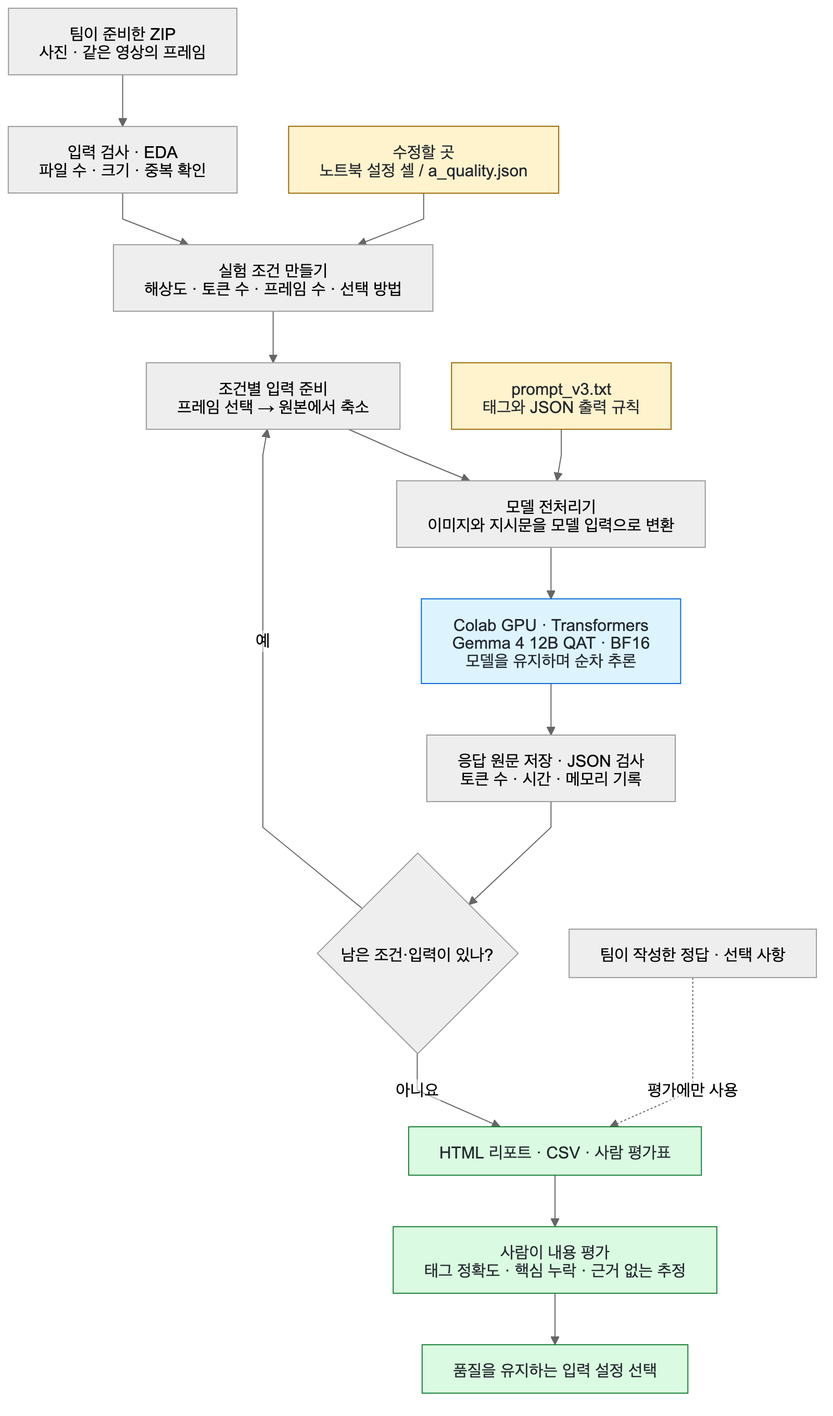
Above: docs/diagrams/flow.png in yooongZa/filename-model-quality-bench (Mermaid), before the change. Its source is kept beside it as docs/diagrams/flow.mmd. Its diagram source:
```mermaid
flowchart TD
    DATA["팀이 준비한 ZIP<br/>사진 · 같은 영상의 프레임"] --> READ["입력 검사 · EDA<br/>파일 수 · 크기 · 중복 확인"]
    READ --> PLAN["실험 조건 만들기<br/>해상도 · 토큰 수 · 프레임 수 · 선택 방법"]
    CONFIG["수정할 곳<br/>노트북 설정 셀 / a_quality.json"] --> PLAN
    PLAN --> PREP["조건별 입력 준비<br/>프레임 선택 → 원본에서 축소"]
    PREP --> PROCESSOR["모델 전처리기<br/>이미지와 지시문을 모델 입력으로 변환"]
    PROMPT["prompt_v3.txt<br/>태그와 JSON 출력 규칙"] --> PROCESSOR
    PROCESSOR --> MODEL["Colab GPU · Transformers<br/>Gemma 4 12B QAT · BF16<br/>모델을 유지하며 순차 추론"]
    MODEL --> SAVE["응답 원문 저장 · JSON 검사<br/>토큰 수 · 시간 · 메모리 기록"]
    SAVE --> NEXT{"남은 조건·입력이 있나?"}
    NEXT -->|예| PREP
    NEXT -->|아니요| REPORT["HTML 리포트 · CSV · 사람 평가표"]
    ANSWERS["팀이 작성한 정답 · 선택 사항"] -.->|평가에만 사용| REPORT
    REPORT --> REVIEW["사람이 내용 평가<br/>태그 정확도 · 핵심 누락 · 근거 없는 추정"]
    REVIEW --> DECIDE["품질을 유지하는 입력 설정 선택"]

    classDef editable fill:#fff3cd,stroke:#9a6700,color:#24292f;
    classDef inference fill:#ddf4ff,stroke:#0969da,color:#24292f;
    classDef result fill:#dafbe1,stroke:#1a7f37,color:#24292f;
    class CONFIG,PROMPT editable;
    class MODEL inference;
    class REPORT,REVIEW,DECIDE result;
```
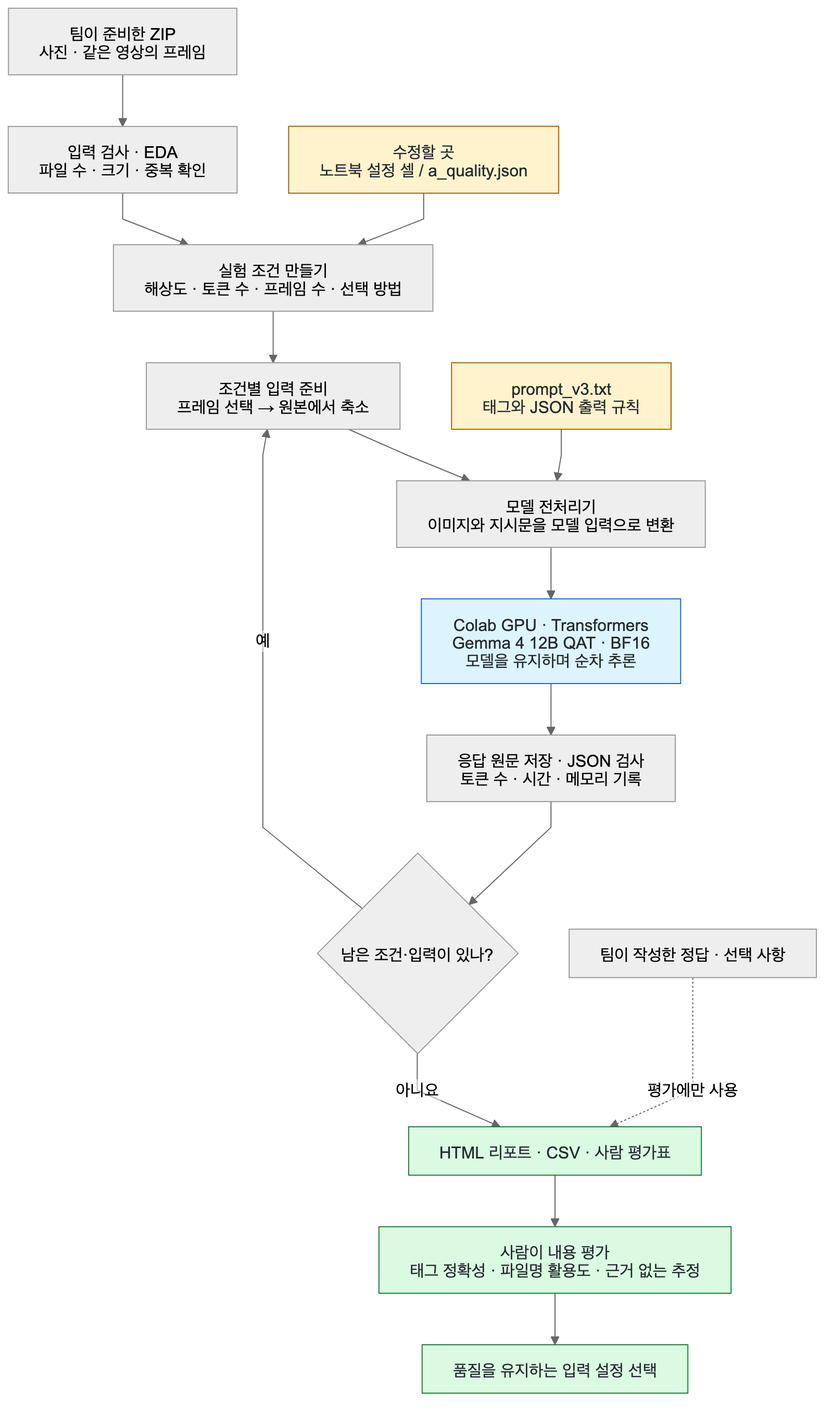
The same file after the commit.

Change to the diagram source:
```diff
@@ -11,7 +11,7 @@
     NEXT -->|예| PREP
     NEXT -->|아니요| REPORT["HTML 리포트 · CSV · 사람 평가표"]
     ANSWERS["팀이 작성한 정답 · 선택 사항"] -.->|평가에만 사용| REPORT
-    REPORT --> REVIEW["사람이 내용 평가<br/>태그 정확도 · 핵심 누락 · 근거 없는 추정"]
+    REPORT --> REVIEW["사람이 내용 평가<br/>태그 정확성 · 파일명 활용도 · 근거 없는 추정"]
     REVIEW --> DECIDE["품질을 유지하는 입력 설정 선택"]
 
     classDef editable fill:#fff3cd,stroke:#9a6700,color:#24292f;
```
